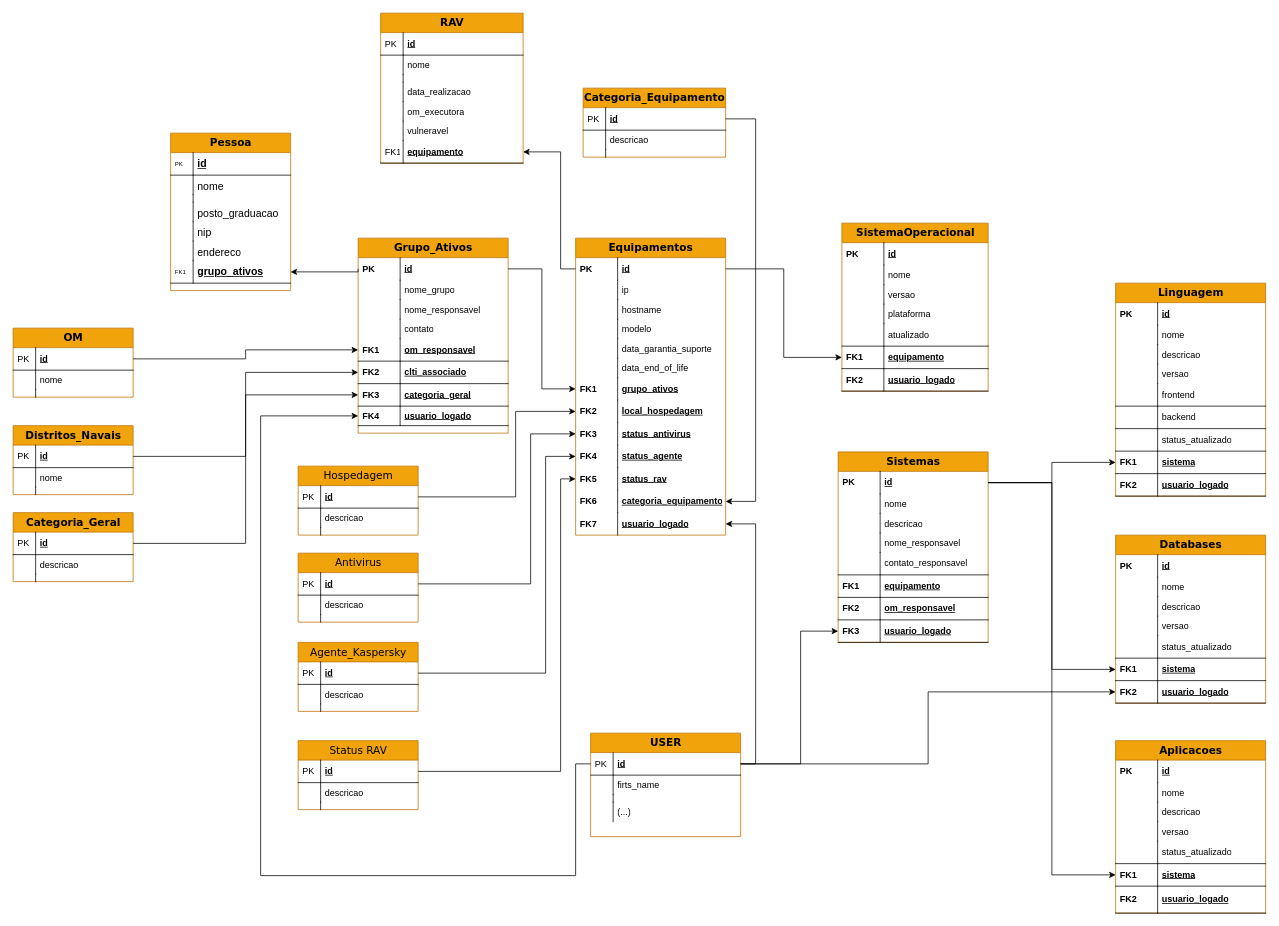
pedrohts/home keeps this draw.io diagram as Diagrama sem nome.drawio. Above is the earlier version. Source tidied: cells renumbered, new cells numbered last; positions are measured from the earlier drawing's top-left corner, leaving out a move shared by most shapes. Both pictures are drawn from the tidied source at 75%, with x=0, y=0 at pixel (13, 13).
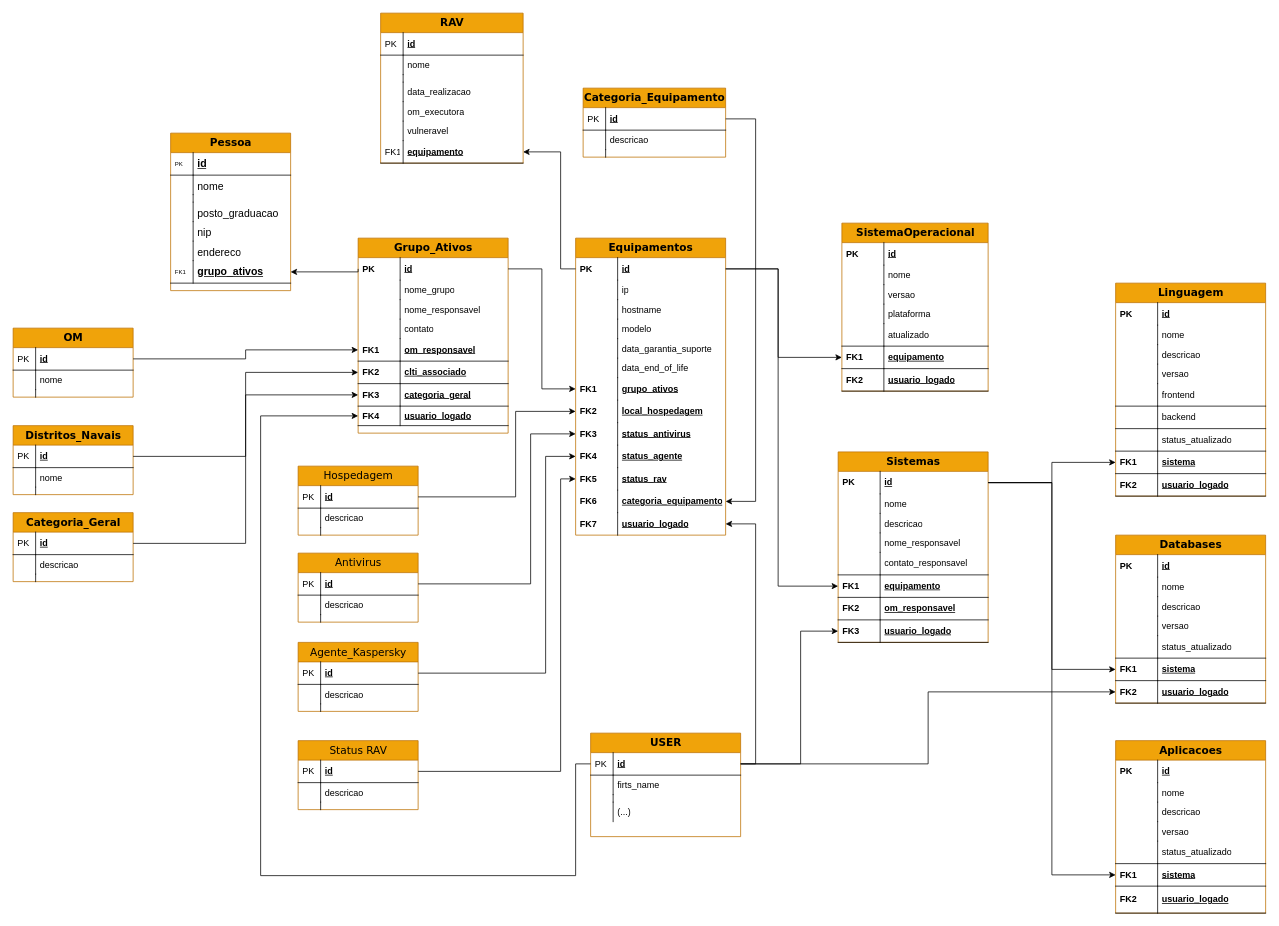
Above is the later version.

Unchanged cells that the change refers to:
```xml
<mxCell id="59" value="id" style="shape=partialRectangle;top=0;left=0;right=0;bottom=0;html=1;align=left;verticalAlign=middle;fillColor=none;spacingLeft=60;spacingRight=4;whiteSpace=wrap;overflow=hidden;points=[[0,0.5],[1,0.5]];portConstraint=eastwest;fontStyle=5;" parent="58" vertex="1">
  <mxGeometry y="26" width="200" height="30" as="geometry" />
</mxCell>
<mxCell id="131" value="equipamento" style="shape=partialRectangle;top=0;left=0;right=0;bottom=1;html=1;align=left;verticalAlign=middle;fillColor=none;spacingLeft=60;spacingRight=4;whiteSpace=wrap;overflow=hidden;points=[[0,0.5],[1,0.5]];portConstraint=eastwest;fontStyle=5;" parent="120" vertex="1">
  <mxGeometry y="164" width="195" height="30" as="geometry" />
</mxCell>
<mxCell id="189" value="equipamento" style="shape=partialRectangle;top=0;left=0;right=0;bottom=1;html=1;align=left;verticalAlign=middle;fillColor=none;spacingLeft=60;spacingRight=4;whiteSpace=wrap;overflow=hidden;points=[[0,0.5],[1,0.5]];portConstraint=eastwest;fontStyle=5;" parent="178" vertex="1">
  <mxGeometry y="164" width="200" height="30" as="geometry" />
</mxCell>
```

Change to the diagram source:
```diff
@@
     <mxCell id="213" style="edgeStyle=orthogonalEdgeStyle;rounded=0;jettySize=auto;html=1;exitX=1;exitY=0.5;exitDx=0;exitDy=0;entryX=0;entryY=0.5;entryDx=0;entryDy=0;" parent="1" edge="1" source="59" target="131">
-      <mxGeometry relative="1" as="geometry" />
+      <mxGeometry relative="1" as="geometry">
+        <Array as="points">
+          <mxPoint x="1020" y="341" />
+          <mxPoint x="1020" y="459" />
+        </Array>
+      </mxGeometry>
     </mxCell>
@@
+    <mxCell id="241" style="edgeStyle=orthogonalEdgeStyle;rounded=0;jettySize=auto;html=1;exitX=1;exitY=0.5;exitDx=0;exitDy=0;entryX=0;entryY=0.5;entryDx=0;entryDy=0;" parent="1" edge="1" source="59" target="189">
+      <mxGeometry relative="1" as="geometry">
+        <Array as="points">
+          <mxPoint x="1020" y="341" />
+          <mxPoint x="1020" y="764" />
+        </Array>
+      </mxGeometry>
+    </mxCell>
```
